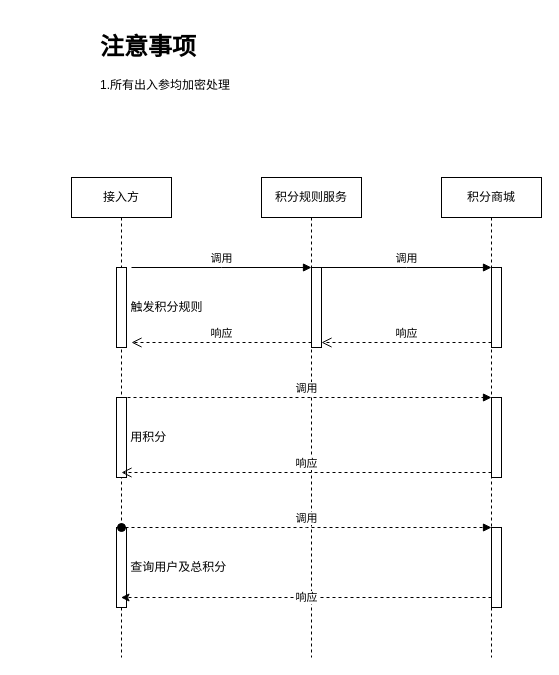
ammengke/my-drawio keeps this draw.io diagram as 积分商城架构图.drawio. Above is the earlier version. Source tidied: cells renumbered, new cells numbered last; positions are measured from the earlier drawing's top-left corner, leaving out a move shared by most shapes. Both pictures are drawn from the tidied source at 100%, with x=0, y=0 at pixel (71, 27).
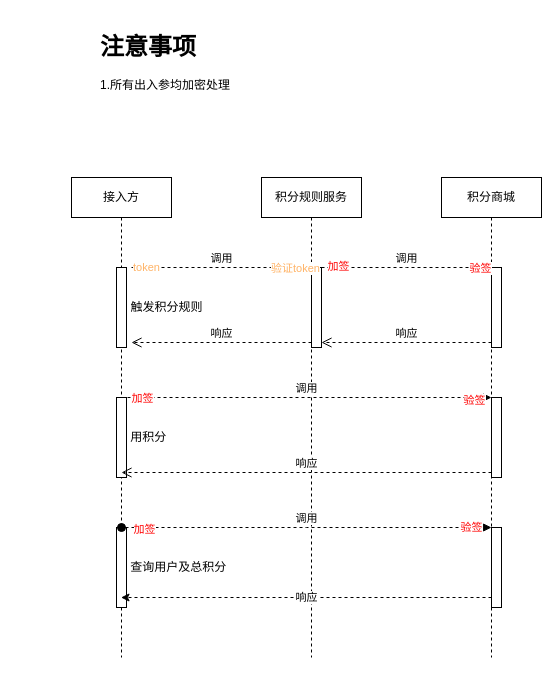
The same diagram, later.

Commit message:
更新积分商城架构图.drawio

The change refers to these unchanged cells:
```xml
<mxCell id="6" value="积分规则服务" style="shape=umlLifeline;perimeter=lifelinePerimeter;whiteSpace=wrap;html=1;newEdgeStyle={&quot;edgeStyle&quot;:&quot;elbowEdgeStyle&quot;,&quot;elbow&quot;:&quot;vertical&quot;,&quot;curved&quot;:0,&quot;rounded&quot;:0};" parent="1" vertex="1">
  <mxGeometry x="190" y="150" width="100" height="480" as="geometry" />
</mxCell>
<mxCell id="7" style="html=1;points=[];perimeter=orthogonalPerimeter;outlineConnect=0;targetShapes=umlLifeline;portConstraint=eastwest;newEdgeStyle={&quot;edgeStyle&quot;:&quot;elbowEdgeStyle&quot;,&quot;elbow&quot;:&quot;vertical&quot;,&quot;curved&quot;:0,&quot;rounded&quot;:0};" parent="6" vertex="1">
  <mxGeometry x="50" y="90" width="10" height="80" as="geometry" />
</mxCell>
<mxCell id="11" style="html=1;points=[];perimeter=orthogonalPerimeter;outlineConnect=0;targetShapes=umlLifeline;portConstraint=eastwest;newEdgeStyle={&quot;edgeStyle&quot;:&quot;elbowEdgeStyle&quot;,&quot;elbow&quot;:&quot;vertical&quot;,&quot;curved&quot;:0,&quot;rounded&quot;:0};" parent="1" vertex="1">
  <mxGeometry x="420" y="240" width="10" height="80" as="geometry" />
</mxCell>
<mxCell id="15" value="调用" style="html=1;verticalAlign=bottom;endArrow=block;edgeStyle=elbowEdgeStyle;elbow=vertical;curved=0;rounded=0;dashed=1;" parent="1" edge="1" target="14">
  <mxGeometry relative="1" as="geometry">
    <mxPoint x="50" y="370" as="sourcePoint" />
  </mxGeometry>
</mxCell>
<mxCell id="19" value="调用" style="html=1;verticalAlign=bottom;startArrow=oval;endArrow=block;startSize=8;edgeStyle=elbowEdgeStyle;elbow=vertical;curved=0;rounded=0;dashed=1;" parent="1" edge="1" target="18">
  <mxGeometry relative="1" as="geometry">
    <mxPoint x="50" y="500" as="sourcePoint" />
  </mxGeometry>
</mxCell>
```

What changed in the source:
```diff
@@
-    <mxCell id="8" value="调用" style="html=1;verticalAlign=bottom;endArrow=block;edgeStyle=elbowEdgeStyle;elbow=vertical;curved=0;rounded=0;" parent="6" edge="1" target="7">
+    <mxCell id="8" value="调用" style="html=1;verticalAlign=bottom;endArrow=block;edgeStyle=elbowEdgeStyle;elbow=vertical;curved=0;rounded=0;dashed=1;" parent="6" edge="1" target="7">
       <mxGeometry relative="1" as="geometry">
         <mxPoint x="-130" y="90" as="sourcePoint" />
       </mxGeometry>
     </mxCell>
+    <mxCell id="21" value="token" style="edgeLabel;html=1;align=center;verticalAlign=middle;fontColor=#FFB366;" parent="8" vertex="1">
+      <mxGeometry x="-0.84" y="1" relative="1" as="geometry" />
+    </mxCell>
+    <mxCell id="22" value="验证token" style="edgeLabel;html=1;align=center;verticalAlign=middle;fontColor=#FFB366;" parent="8" vertex="1">
+      <mxGeometry x="0.81" relative="1" as="geometry" />
+    </mxCell>
@@
-    <mxCell id="12" value="调用" style="html=1;verticalAlign=bottom;endArrow=block;edgeStyle=elbowEdgeStyle;elbow=vertical;curved=0;rounded=0;" parent="1" edge="1" target="11">
+    <mxCell id="12" value="调用" style="html=1;verticalAlign=bottom;endArrow=block;edgeStyle=elbowEdgeStyle;elbow=vertical;curved=0;rounded=0;dashed=1;" parent="1" edge="1" target="11">
       <mxGeometry relative="1" as="geometry">
         <mxPoint x="250" y="240" as="sourcePoint" />
       </mxGeometry>
     </mxCell>
+    <mxCell id="23" value="加签" style="edgeLabel;html=1;align=center;verticalAlign=middle;fontColor=#FF0000;" parent="12" vertex="1">
+      <mxGeometry x="-0.81" y="2" relative="1" as="geometry" />
+    </mxCell>
+    <mxCell id="24" value="验签" style="edgeLabel;html=1;align=center;verticalAlign=middle;fontColor=#FF0000;" parent="12" vertex="1">
+      <mxGeometry x="0.86" relative="1" as="geometry" />
+    </mxCell>
@@
+    <mxCell id="25" value="加签" style="edgeLabel;html=1;align=center;verticalAlign=middle;fontColor=#FF0000;" parent="15" vertex="1">
+      <mxGeometry x="-0.89" relative="1" as="geometry" />
+    </mxCell>
+    <mxCell id="26" value="验签" style="edgeLabel;html=1;align=center;verticalAlign=middle;fontColor=#FF0000;" parent="15" vertex="1">
+      <mxGeometry x="0.9" y="-2" relative="1" as="geometry" />
+    </mxCell>
@@
+    <mxCell id="27" value="加签" style="edgeLabel;html=1;align=center;verticalAlign=middle;fontColor=#FF0000;" parent="19" vertex="1">
+      <mxGeometry x="-0.48" y="-2" relative="1" as="geometry">
+        <mxPoint x="-74" y="-1" as="offset" />
+      </mxGeometry>
+    </mxCell>
+    <mxCell id="28" value="验签" style="edgeLabel;html=1;align=center;verticalAlign=middle;fontColor=#FF0000;" parent="19" vertex="1">
+      <mxGeometry x="0.55" y="1" relative="1" as="geometry">
+        <mxPoint x="62" as="offset" />
+      </mxGeometry>
+    </mxCell>
```
